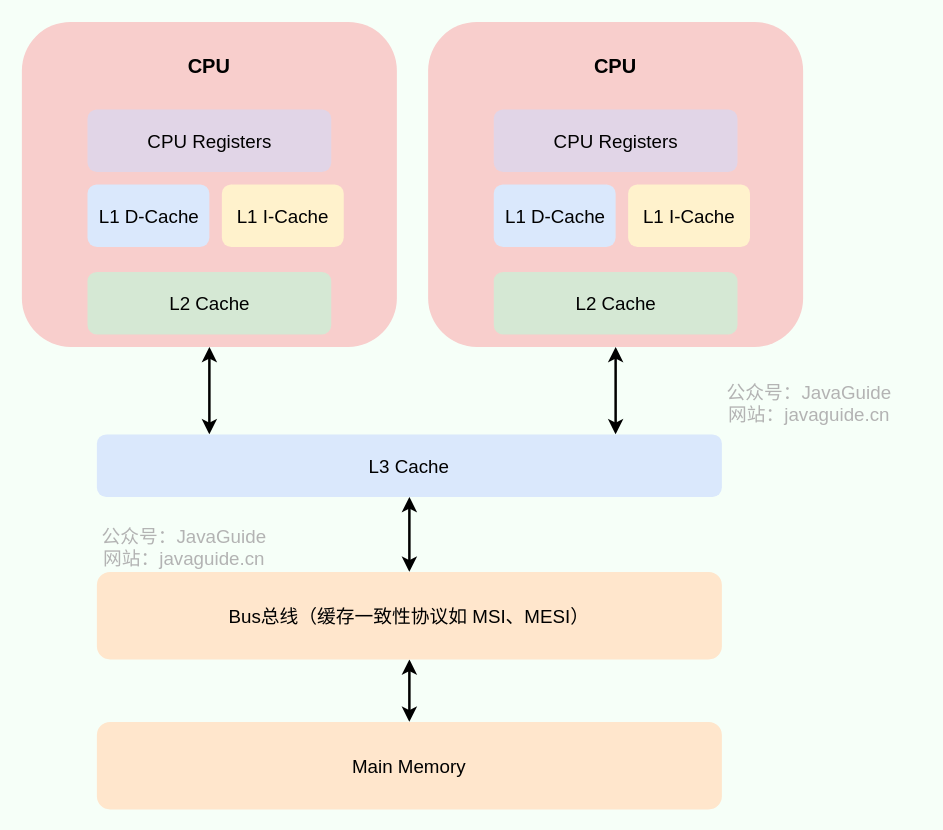
Snailclimb/JavaGuide keeps this draw.io diagram as docs/java/concurrent/images/jmm/cpu-cache-protocol.drawio. Above is the earlier version. Source tidied: cells renumbered, new cells numbered last; positions are measured from the earlier drawing's top-left corner, leaving out a move shared by most shapes. Both pictures are drawn from the tidied source at 125%, with x=0, y=0 at pixel (21, 21).
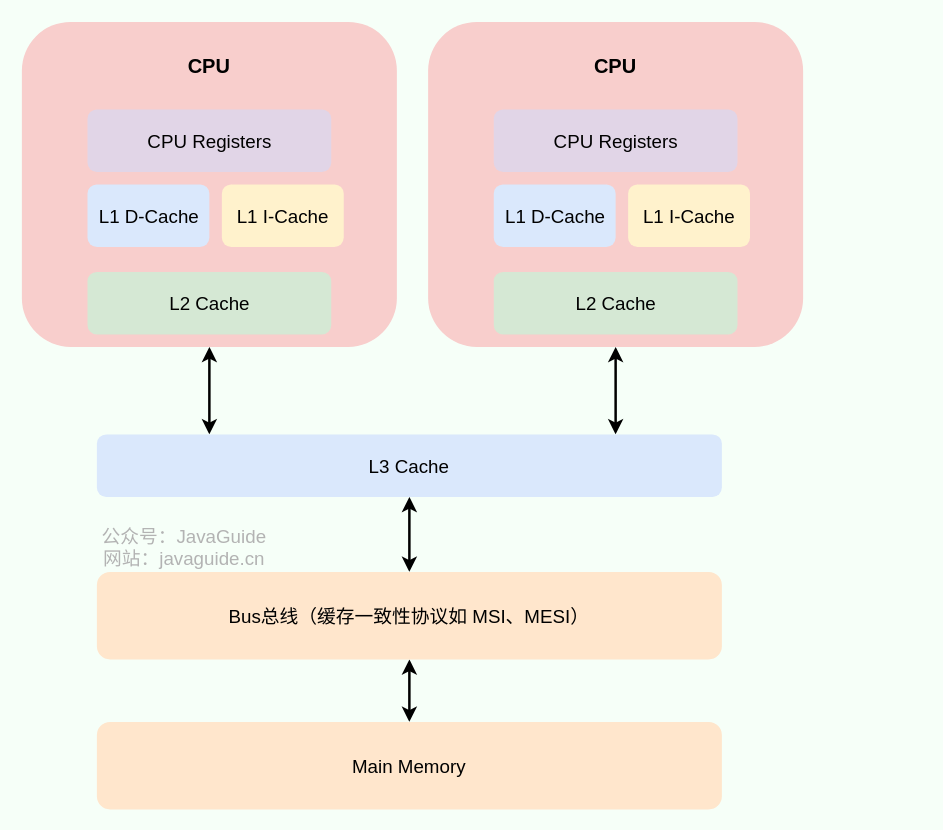
The same diagram, later.

Commit message (it also covers changes not shown here):
[docs fix]修正对死锁的四个必要条件的描述

What changed in the source:
```diff
@@
-    <mxCell id="19" value="公众号：JavaGuide&lt;br style=&quot;font-size: 15px;&quot;&gt;网站：javaguide.cn" style="text;html=1;strokeColor=none;fillColor=none;align=center;verticalAlign=middle;whiteSpace=wrap;rounded=0;labelBackgroundColor=none;fontSize=15;fontColor=#B3B3B3;rotation=0;sketch=0;shadow=0;" parent="1" vertex="1">
-      <mxGeometry x="540" y="300" width="180" height="10" as="geometry" />
-    </mxCell>
```
